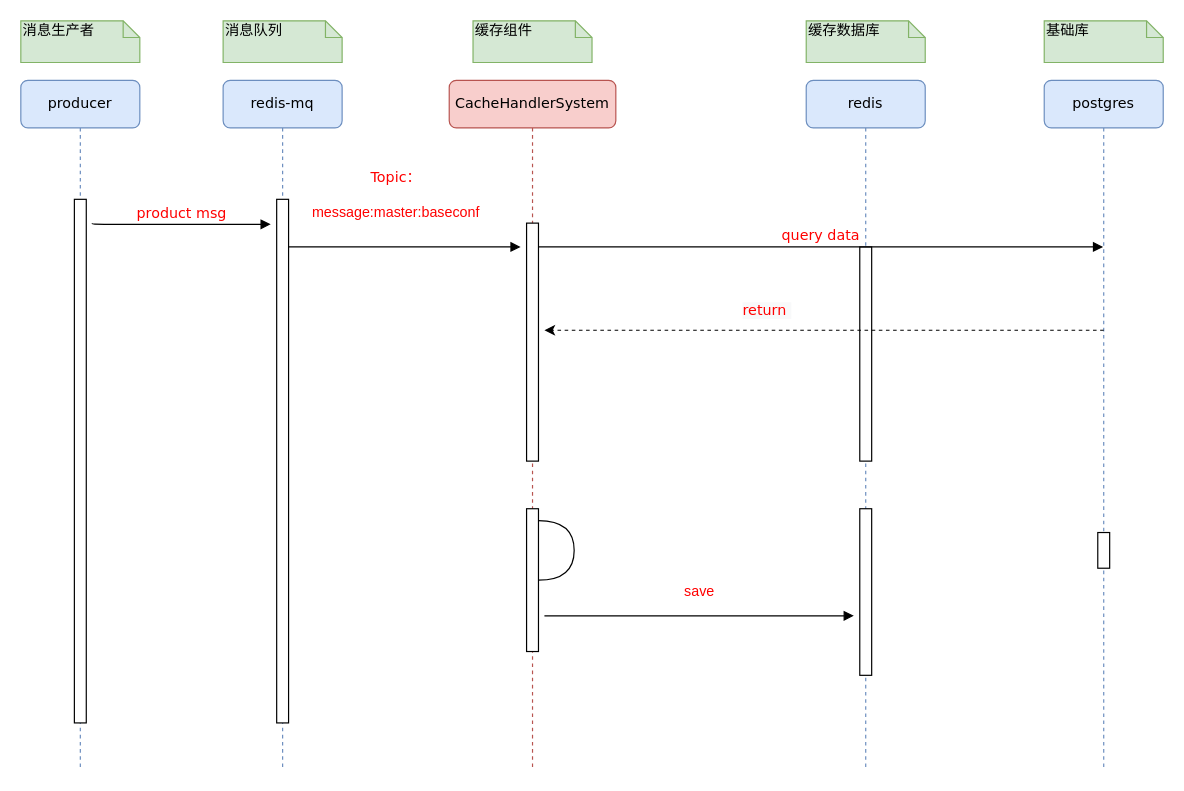
This is page "消息订阅数据流图" (5 of 16) of cachehandlersystem_消息订阅.drawio from DeanYang121/typora_images, a draw.io file, before an edit. Source tidied: cells renumbered, new cells numbered last; positions are measured from the earlier drawing's top-left corner, leaving out a move shared by most shapes. Both pictures are drawn from the tidied source at 119%, with x=0, y=0 at pixel (20, 20).
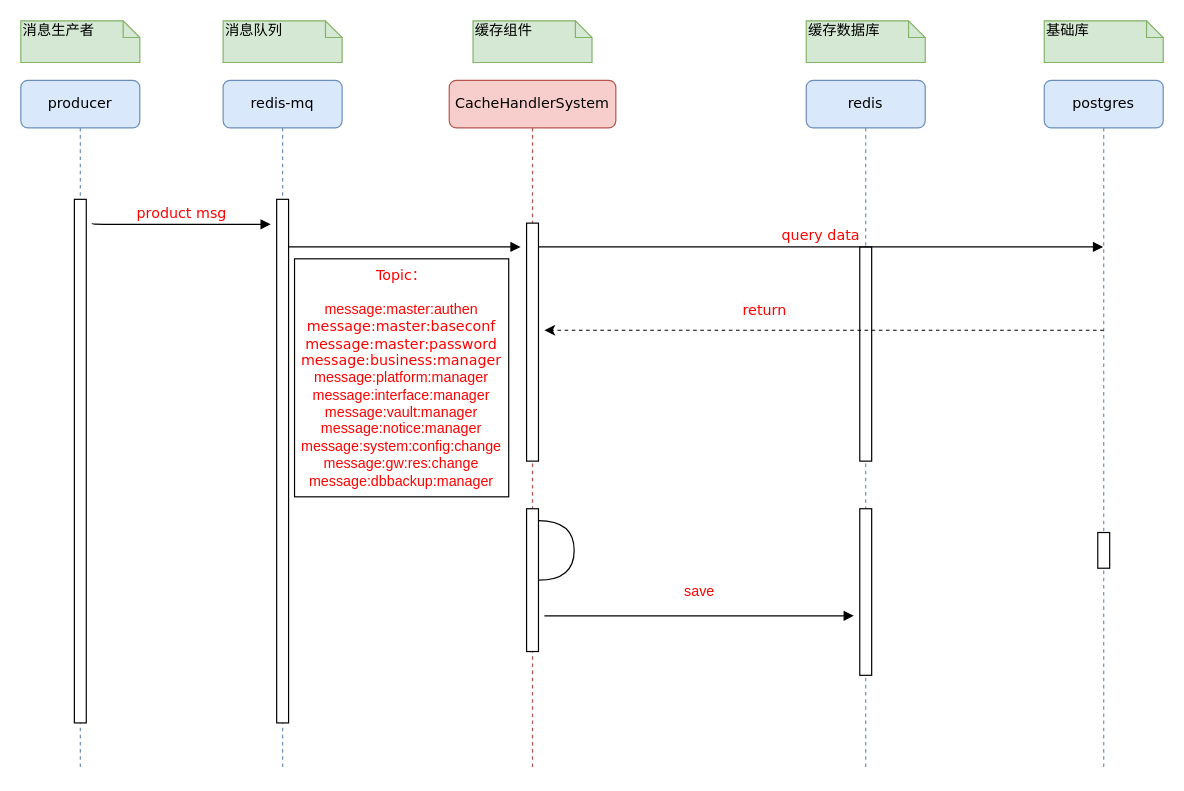
The same page after the edit.

Commit message:
更新cachehandlersystem_消息订阅.drawio

Unchanged cells that the change refers to:
```xml
<mxCell id="9" style="html=1;points=[];perimeter=orthogonalPerimeter;rounded=0;shadow=0;comic=0;labelBackgroundColor=none;strokeWidth=1;fontFamily=Verdana;fontSize=12;align=center;" parent="8" vertex="1">
  <mxGeometry x="45" y="100" width="10" height="440" as="geometry" />
</mxCell>
```

Change to the diagram source:
```diff
@@
-    <mxCell id="14" value="&lt;font color=&quot;#ff0000&quot;&gt;Topic：&lt;br&gt;&lt;br&gt;&lt;span style=&quot;font-family: Helvetica;&quot;&gt;message:master:baseconf&lt;/span&gt;&lt;/font&gt;" style="html=1;verticalAlign=bottom;endArrow=block;labelBackgroundColor=none;fontFamily=Verdana;fontSize=12;edgeStyle=elbowEdgeStyle;elbow=vertical;" parent="1" edge="1" source="9">
-      <mxGeometry x="-0.08" y="20" relative="1" as="geometry">
+    <mxCell id="14" value="&lt;font color=&quot;#ff0000&quot;&gt;&lt;br&gt;&lt;br&gt;&lt;br&gt;&lt;br&gt;&lt;/font&gt;" style="html=1;verticalAlign=bottom;endArrow=block;labelBackgroundColor=none;fontFamily=Verdana;fontSize=12;edgeStyle=elbowEdgeStyle;elbow=vertical;" parent="1" edge="1" source="9">
+      <mxGeometry x="-0.03" y="-80" relative="1" as="geometry">
         <mxPoint x="420" y="190" as="targetPoint" />
         <Array as="points">
           <mxPoint x="320" y="190" />
         </Array>
       </mxGeometry>
     </mxCell>
@@
+    <mxCell id="27" value="&lt;span style=&quot;font-family: Verdana;&quot;&gt;Topic：&lt;/span&gt;&lt;br style=&quot;font-family: Verdana;&quot;&gt;&lt;br style=&quot;font-family: Verdana;&quot;&gt;&lt;font style=&quot;&quot; face=&quot;Helvetica&quot;&gt;message:master:authen&lt;br&gt;&lt;/font&gt;&lt;span style=&quot;font-family: Verdana;&quot;&gt;message:master:baseconf&lt;/span&gt;&lt;br style=&quot;font-family: Verdana;&quot;&gt;&lt;font style=&quot;&quot; face=&quot;Verdana&quot;&gt;message:master:password&lt;/font&gt;&lt;br&gt;&lt;font style=&quot;&quot; face=&quot;Verdana&quot;&gt;message:business:manager&lt;br&gt;&lt;/font&gt;message:platform:manager&lt;br&gt;message:interface:manager&lt;br&gt;message:vault:manager&lt;br&gt;message:notice:manager&lt;br&gt;message:system:config:change&lt;br&gt;message:gw:res:change&lt;br&gt;message:dbbackup:manager" style="whiteSpace=wrap;html=1;fontColor=#FF0000;" parent="1" vertex="1">
+      <mxGeometry x="230" y="200" width="180" height="200" as="geometry" />
+    </mxCell>
```
